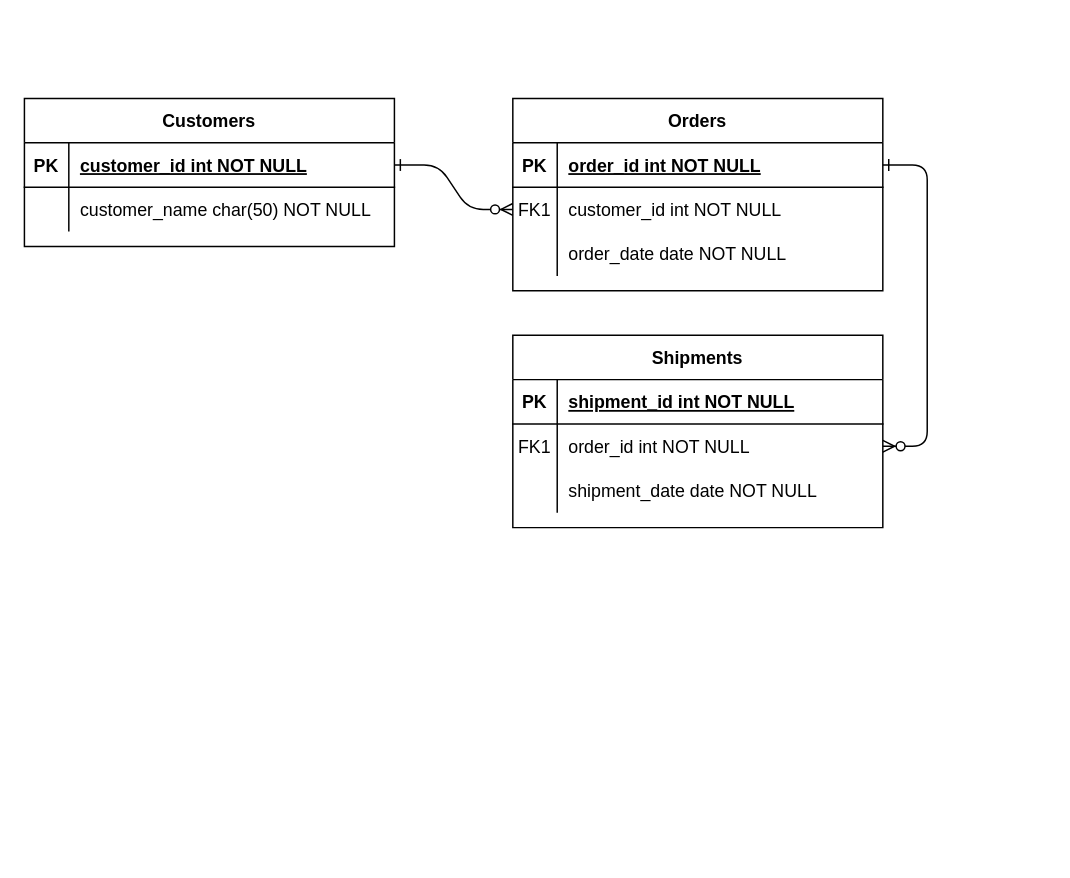
Navyn27/ER-Diagrams-class-task keeps this draw.io diagram as Untitled Diagram.drawio. Above is the earlier version. Source tidied: cells renumbered, new cells numbered last; positions are measured from the earlier drawing's top-left corner, leaving out a move shared by most shapes. Both pictures are drawn from the tidied source at 148%, with x=0, y=0 at pixel (24, 98).
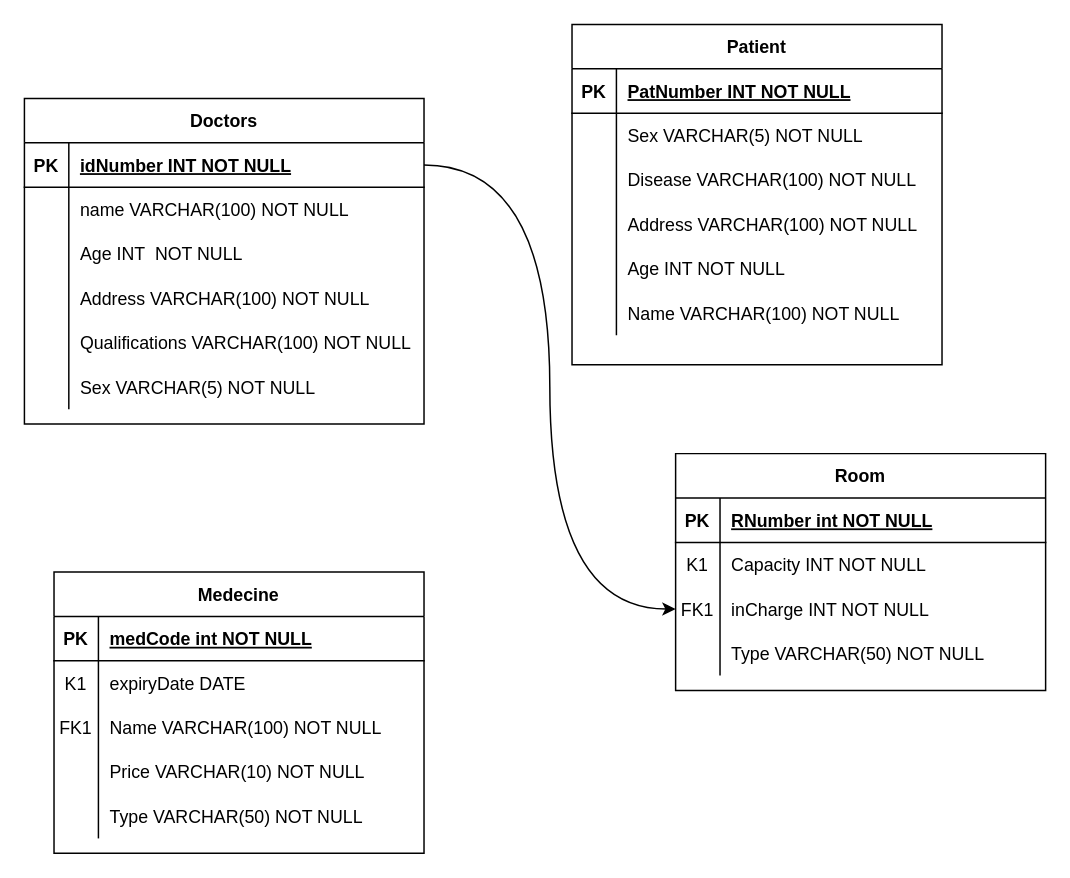
After the change.

The change refers to these unchanged cells:
```xml
<mxCell id="5" style="shape=partialRectangle;fillColor=none;points=[[0,0.5],[1,0.5]];portConstraint=eastwest;top=0;left=0;right=0;bottom=1;" parent="4" vertex="1">
  <mxGeometry y="30" width="250" height="30" as="geometry" />
</mxCell>
<mxCell id="8" style="shape=partialRectangle;fillColor=none;points=[[0,0.5],[1,0.5]];portConstraint=eastwest;top=0;left=0;right=0;bottom=0;" parent="4" vertex="1">
  <mxGeometry y="60" width="250" height="30" as="geometry" />
</mxCell>
<mxCell id="11" style="shape=partialRectangle;fillColor=none;top=0;left=0;right=0;bottom=0;" parent="4" vertex="1">
  <mxGeometry y="90" width="250" height="30" as="geometry" />
</mxCell>
<mxCell id="15" style="shape=partialRectangle;fillColor=none;top=0;left=0;right=0;bottom=1;" parent="14" vertex="1">
  <mxGeometry y="30" width="250" height="30" as="geometry" />
</mxCell>
<mxCell id="18" style="shape=partialRectangle;fillColor=none;points=[[0,0.5],[1,0.5]];portConstraint=eastwest;top=0;left=0;right=0;bottom=0;" parent="14" vertex="1">
  <mxGeometry y="60" width="250" height="30" as="geometry" />
</mxCell>
<mxCell id="21" style="shape=partialRectangle;fillColor=none;points=[[0,0.5],[1,0.5]];portConstraint=eastwest;top=0;left=0;right=0;bottom=0;" parent="14" vertex="1">
  <mxGeometry y="90" width="250" height="30" as="geometry" />
</mxCell>
```

Diff of the diagram source:
```diff
@@
-    <mxCell id="2" style="edgeStyle=entityRelationEdgeStyle;endArrow=ERzeroToMany;startArrow=ERone;endFill=1;startFill=0;" parent="1" edge="1" source="25" target="8">
-      <mxGeometry relative="1" as="geometry" />
-    </mxCell>
-    <mxCell id="3" style="edgeStyle=entityRelationEdgeStyle;endArrow=ERzeroToMany;startArrow=ERone;endFill=1;startFill=0;" parent="1" edge="1" source="5" target="18">
-      <mxGeometry relative="1" as="geometry" />
-    </mxCell>
-    <mxCell id="4" value="Orders" style="shape=table;startSize=30;childLayout=tableLayout;rowLines=0;fontStyle=1;align=center;" parent="1" vertex="1">
-      <mxGeometry x="330" width="250" height="130" as="geometry" />
+    <mxCell id="4" value="Patient" style="shape=table;startSize=30;childLayout=tableLayout;rowLines=0;fontStyle=1;align=center;" parent="1" vertex="1">
+      <mxGeometry x="370" y="-50" width="250" height="230" as="geometry" />
     </mxCell>
@@
-    <mxCell id="7" value="order_id int NOT NULL " style="shape=partialRectangle;overflow=hidden;fillColor=none;top=0;left=0;bottom=0;right=0;align=left;spacingLeft=6;fontStyle=5;" parent="5" vertex="1">
+    <mxCell id="7" value="PatNumber INT NOT NULL " style="shape=partialRectangle;overflow=hidden;fillColor=none;top=0;left=0;bottom=0;right=0;align=left;spacingLeft=6;fontStyle=5;" parent="5" vertex="1">
       <mxGeometry x="30" width="220" height="30" as="geometry" />
     </mxCell>
@@
-    <mxCell id="9" value="FK1" style="shape=partialRectangle;overflow=hidden;fillColor=none;top=0;left=0;bottom=0;right=0;" parent="8" vertex="1">
+    <mxCell id="9" style="shape=partialRectangle;overflow=hidden;fillColor=none;top=0;left=0;bottom=0;right=0;" parent="8" vertex="1">
       <mxGeometry width="30" height="30" as="geometry" />
     </mxCell>
-    <mxCell id="10" value="customer_id int NOT NULL" style="shape=partialRectangle;overflow=hidden;fillColor=none;top=0;left=0;bottom=0;right=0;align=left;spacingLeft=6;" parent="8" vertex="1">
+    <mxCell id="10" value="Sex VARCHAR(5) NOT NULL" style="shape=partialRectangle;overflow=hidden;fillColor=none;top=0;left=0;bottom=0;right=0;align=left;spacingLeft=6;" parent="8" vertex="1">
       <mxGeometry x="30" width="220" height="30" as="geometry" />
     </mxCell>
@@
-    <mxCell id="13" value="order_date date NOT NULL" style="shape=partialRectangle;overflow=hidden;fillColor=none;top=0;left=0;bottom=0;right=0;align=left;spacingLeft=6;" parent="11" vertex="1">
+    <mxCell id="13" value="Disease VARCHAR(100) NOT NULL" style="shape=partialRectangle;overflow=hidden;fillColor=none;top=0;left=0;bottom=0;right=0;align=left;spacingLeft=6;" parent="11" vertex="1">
       <mxGeometry x="30" width="220" height="30" as="geometry" />
     </mxCell>
+    <mxCell id="31" style="shape=partialRectangle;fillColor=none;top=0;left=0;right=0;bottom=0;" parent="4" vertex="1">
+      <mxGeometry y="120" width="250" height="30" as="geometry" />
+    </mxCell>
+    <mxCell id="32" style="shape=partialRectangle;overflow=hidden;fillColor=none;top=0;left=0;bottom=0;right=0;" parent="31" vertex="1">
+      <mxGeometry width="30" height="30" as="geometry" />
+    </mxCell>
+    <mxCell id="33" value="Address VARCHAR(100) NOT NULL" style="shape=partialRectangle;overflow=hidden;fillColor=none;top=0;left=0;bottom=0;right=0;align=left;spacingLeft=6;" parent="31" vertex="1">
+      <mxGeometry x="30" width="220" height="30" as="geometry" />
+    </mxCell>
+    <mxCell id="34" style="shape=partialRectangle;fillColor=none;top=0;left=0;right=0;bottom=0;" parent="4" vertex="1">
+      <mxGeometry y="150" width="250" height="30" as="geometry" />
+    </mxCell>
+    <mxCell id="35" style="shape=partialRectangle;overflow=hidden;fillColor=none;top=0;left=0;bottom=0;right=0;" parent="34" vertex="1">
+      <mxGeometry width="30" height="30" as="geometry" />
+    </mxCell>
+    <mxCell id="36" value="Age INT NOT NULL" style="shape=partialRectangle;overflow=hidden;fillColor=none;top=0;left=0;bottom=0;right=0;align=left;spacingLeft=6;" parent="34" vertex="1">
+      <mxGeometry x="30" width="220" height="30" as="geometry" />
+    </mxCell>
+    <mxCell id="37" style="shape=partialRectangle;fillColor=none;top=0;left=0;right=0;bottom=0;" parent="4" vertex="1">
+      <mxGeometry y="180" width="250" height="30" as="geometry" />
+    </mxCell>
+    <mxCell id="38" style="shape=partialRectangle;overflow=hidden;fillColor=none;top=0;left=0;bottom=0;right=0;" parent="37" vertex="1">
+      <mxGeometry width="30" height="30" as="geometry" />
+    </mxCell>
+    <mxCell id="39" value="Name VARCHAR(100) NOT NULL" style="shape=partialRectangle;overflow=hidden;fillColor=none;top=0;left=0;bottom=0;right=0;align=left;spacingLeft=6;" parent="37" vertex="1">
+      <mxGeometry x="30" width="220" height="30" as="geometry" />
+    </mxCell>
-    <mxCell id="14" value="Shipments" style="shape=table;startSize=30;childLayout=tableLayout;rowLines=0;fontStyle=1;align=center;" parent="1" vertex="1">
-      <mxGeometry x="330" y="160" width="250" height="130" as="geometry" />
+    <mxCell id="14" value="Room" style="shape=table;startSize=30;childLayout=tableLayout;rowLines=0;fontStyle=1;align=center;" parent="1" vertex="1">
+      <mxGeometry x="440" y="240" width="250" height="160" as="geometry" />
     </mxCell>
@@
-    <mxCell id="17" value="shipment_id int NOT NULL " style="shape=partialRectangle;overflow=hidden;fillColor=none;top=0;left=0;bottom=0;right=0;align=left;spacingLeft=6;fontStyle=5;" parent="15" vertex="1">
+    <mxCell id="17" value="RNumber int NOT NULL " style="shape=partialRectangle;overflow=hidden;fillColor=none;top=0;left=0;bottom=0;right=0;align=left;spacingLeft=6;fontStyle=5;" parent="15" vertex="1">
       <mxGeometry x="30" width="220" height="30" as="geometry" />
     </mxCell>
@@
-    <mxCell id="19" value="FK1" style="shape=partialRectangle;overflow=hidden;fillColor=none;top=0;left=0;bottom=0;right=0;" parent="18" vertex="1">
+    <mxCell id="19" value="K1" style="shape=partialRectangle;overflow=hidden;fillColor=none;top=0;left=0;bottom=0;right=0;" parent="18" vertex="1">
       <mxGeometry width="30" height="30" as="geometry" />
     </mxCell>
-    <mxCell id="20" value="order_id int NOT NULL" style="shape=partialRectangle;overflow=hidden;fillColor=none;top=0;left=0;bottom=0;right=0;align=left;spacingLeft=6;" parent="18" vertex="1">
+    <mxCell id="20" value="Capacity INT NOT NULL" style="shape=partialRectangle;overflow=hidden;fillColor=none;top=0;left=0;bottom=0;right=0;align=left;spacingLeft=6;" parent="18" vertex="1">
       <mxGeometry x="30" width="220" height="30" as="geometry" />
     </mxCell>
@@
-    <mxCell id="22" style="shape=partialRectangle;overflow=hidden;fillColor=none;top=0;left=0;bottom=0;right=0;" parent="21" vertex="1">
+    <mxCell id="22" value="FK1" style="shape=partialRectangle;overflow=hidden;fillColor=none;top=0;left=0;bottom=0;right=0;" parent="21" vertex="1">
       <mxGeometry width="30" height="30" as="geometry" />
     </mxCell>
-    <mxCell id="23" value="shipment_date date NOT NULL" style="shape=partialRectangle;overflow=hidden;fillColor=none;top=0;left=0;bottom=0;right=0;align=left;spacingLeft=6;" parent="21" vertex="1">
+    <mxCell id="23" value="inCharge INT NOT NULL" style="shape=partialRectangle;overflow=hidden;fillColor=none;top=0;left=0;bottom=0;right=0;align=left;spacingLeft=6;" parent="21" vertex="1">
       <mxGeometry x="30" width="220" height="30" as="geometry" />
     </mxCell>
+    <mxCell id="40" style="shape=partialRectangle;fillColor=none;top=0;left=0;right=0;bottom=0;" parent="14" vertex="1">
+      <mxGeometry y="120" width="250" height="30" as="geometry" />
+    </mxCell>
+    <mxCell id="41" style="shape=partialRectangle;overflow=hidden;fillColor=none;top=0;left=0;bottom=0;right=0;" parent="40" vertex="1">
+      <mxGeometry width="30" height="30" as="geometry" />
+    </mxCell>
+    <mxCell id="42" value="Type VARCHAR(50) NOT NULL" style="shape=partialRectangle;overflow=hidden;fillColor=none;top=0;left=0;bottom=0;right=0;align=left;spacingLeft=6;" parent="40" vertex="1">
+      <mxGeometry x="30" width="220" height="30" as="geometry" />
+    </mxCell>
-    <mxCell id="24" value="Customers" style="shape=table;startSize=30;childLayout=tableLayout;rowLines=0;fontStyle=1;align=center;" parent="1" vertex="1">
-      <mxGeometry width="250" height="100" as="geometry" />
+    <mxCell id="24" value="Doctors" style="shape=table;startSize=30;childLayout=tableLayout;rowLines=0;fontStyle=1;align=center;" parent="1" vertex="1">
+      <mxGeometry width="270" height="220" as="geometry" />
     </mxCell>
     <mxCell id="25" style="shape=partialRectangle;fillColor=none;points=[[0,0.5],[1,0.5]];portConstraint=eastwest;top=0;left=0;right=0;bottom=1;" parent="24" vertex="1">
-      <mxGeometry y="30" width="250" height="30" as="geometry" />
+      <mxGeometry y="30" width="270" height="30" as="geometry" />
     </mxCell>
@@
-    <mxCell id="27" value="customer_id int NOT NULL " style="shape=partialRectangle;overflow=hidden;fillColor=none;top=0;left=0;bottom=0;right=0;align=left;spacingLeft=6;fontStyle=5;" parent="25" vertex="1">
-      <mxGeometry x="30" width="220" height="30" as="geometry" />
+    <mxCell id="27" value="idNumber INT NOT NULL " style="shape=partialRectangle;overflow=hidden;fillColor=none;top=0;left=0;bottom=0;right=0;align=left;spacingLeft=6;fontStyle=5;" parent="25" vertex="1">
+      <mxGeometry x="30" width="240" height="30" as="geometry" />
     </mxCell>
     <mxCell id="28" style="shape=partialRectangle;fillColor=none;top=0;left=0;right=0;bottom=0;" parent="24" vertex="1">
-      <mxGeometry y="60" width="250" height="30" as="geometry" />
+      <mxGeometry y="60" width="270" height="30" as="geometry" />
     </mxCell>
@@
-    <mxCell id="30" value="customer_name char(50) NOT NULL" style="shape=partialRectangle;overflow=hidden;fillColor=none;top=0;left=0;bottom=0;right=0;align=left;spacingLeft=6;" parent="28" vertex="1">
-      <mxGeometry x="30" width="220" height="30" as="geometry" />
+    <mxCell id="30" value="name VARCHAR(100) NOT NULL" style="shape=partialRectangle;overflow=hidden;fillColor=none;top=0;left=0;bottom=0;right=0;align=left;spacingLeft=6;" parent="28" vertex="1">
+      <mxGeometry x="30" width="240" height="30" as="geometry" />
     </mxCell>
+    <mxCell id="43" style="shape=partialRectangle;fillColor=none;top=0;left=0;right=0;bottom=0;" parent="24" vertex="1">
+      <mxGeometry y="90" width="270" height="30" as="geometry" />
+    </mxCell>
+    <mxCell id="44" style="shape=partialRectangle;overflow=hidden;fillColor=none;top=0;left=0;bottom=0;right=0;" parent="43" vertex="1">
+      <mxGeometry width="30" height="30" as="geometry" />
+    </mxCell>
+    <mxCell id="45" value="Age INT  NOT NULL" style="shape=partialRectangle;overflow=hidden;fillColor=none;top=0;left=0;bottom=0;right=0;align=left;spacingLeft=6;" parent="43" vertex="1">
+      <mxGeometry x="30" width="240" height="30" as="geometry" />
+    </mxCell>
+    <mxCell id="46" style="shape=partialRectangle;fillColor=none;top=0;left=0;right=0;bottom=0;" parent="24" vertex="1">
+      <mxGeometry y="120" width="270" height="30" as="geometry" />
+    </mxCell>
+    <mxCell id="47" style="shape=partialRectangle;overflow=hidden;fillColor=none;top=0;left=0;bottom=0;right=0;" parent="46" vertex="1">
+      <mxGeometry width="30" height="30" as="geometry" />
+    </mxCell>
+    <mxCell id="48" value="Address VARCHAR(100) NOT NULL" style="shape=partialRectangle;overflow=hidden;fillColor=none;top=0;left=0;bottom=0;right=0;align=left;spacingLeft=6;" parent="46" vertex="1">
+      <mxGeometry x="30" width="240" height="30" as="geometry" />
+    </mxCell>
+    <mxCell id="49" style="shape=partialRectangle;fillColor=none;top=0;left=0;right=0;bottom=0;" parent="24" vertex="1">
+      <mxGeometry y="150" width="270" height="30" as="geometry" />
+    </mxCell>
+    <mxCell id="50" style="shape=partialRectangle;overflow=hidden;fillColor=none;top=0;left=0;bottom=0;right=0;" parent="49" vertex="1">
+      <mxGeometry width="30" height="30" as="geometry" />
+    </mxCell>
+    <mxCell id="51" value="Qualifications VARCHAR(100) NOT NULL" style="shape=partialRectangle;overflow=hidden;fillColor=none;top=0;left=0;bottom=0;right=0;align=left;spacingLeft=6;" parent="49" vertex="1">
+      <mxGeometry x="30" width="240" height="30" as="geometry" />
+    </mxCell>
+    <mxCell id="52" style="shape=partialRectangle;fillColor=none;top=0;left=0;right=0;bottom=0;" parent="24" vertex="1">
+      <mxGeometry y="180" width="270" height="30" as="geometry" />
+    </mxCell>
+    <mxCell id="53" style="shape=partialRectangle;overflow=hidden;fillColor=none;top=0;left=0;bottom=0;right=0;" parent="52" vertex="1">
+      <mxGeometry width="30" height="30" as="geometry" />
+    </mxCell>
+    <mxCell id="54" value="Sex VARCHAR(5) NOT NULL" style="shape=partialRectangle;overflow=hidden;fillColor=none;top=0;left=0;bottom=0;right=0;align=left;spacingLeft=6;" parent="52" vertex="1">
+      <mxGeometry x="30" width="240" height="30" as="geometry" />
+    </mxCell>
+    <mxCell id="55" value="Medecine" style="shape=table;startSize=30;childLayout=tableLayout;rowLines=0;fontStyle=1;align=center;" parent="1" vertex="1">
+      <mxGeometry x="20" y="320" width="250" height="190" as="geometry" />
+    </mxCell>
+    <mxCell id="56" style="shape=partialRectangle;fillColor=none;top=0;left=0;right=0;bottom=1;" parent="55" vertex="1">
+      <mxGeometry y="30" width="250" height="30" as="geometry" />
+    </mxCell>
+    <mxCell id="57" value="PK" style="shape=partialRectangle;overflow=hidden;fillColor=none;top=0;left=0;bottom=0;right=0;fontStyle=1;" parent="56" vertex="1">
+      <mxGeometry width="30" height="30" as="geometry" />
+    </mxCell>
+    <mxCell id="58" value="medCode int NOT NULL " style="shape=partialRectangle;overflow=hidden;fillColor=none;top=0;left=0;bottom=0;right=0;align=left;spacingLeft=6;fontStyle=5;" parent="56" vertex="1">
+      <mxGeometry x="30" width="220" height="30" as="geometry" />
+    </mxCell>
+    <mxCell id="59" style="shape=partialRectangle;fillColor=none;top=0;left=0;right=0;bottom=0;" parent="55" vertex="1">
+      <mxGeometry y="60" width="250" height="30" as="geometry" />
+    </mxCell>
+    <mxCell id="60" value="K1" style="shape=partialRectangle;overflow=hidden;fillColor=none;top=0;left=0;bottom=0;right=0;" parent="59" vertex="1">
+      <mxGeometry width="30" height="30" as="geometry" />
+    </mxCell>
+    <mxCell id="61" value="expiryDate DATE " style="shape=partialRectangle;overflow=hidden;fillColor=none;top=0;left=0;bottom=0;right=0;align=left;spacingLeft=6;" parent="59" vertex="1">
+      <mxGeometry x="30" width="220" height="30" as="geometry" />
+    </mxCell>
+    <mxCell id="62" style="shape=partialRectangle;fillColor=none;top=0;left=0;right=0;bottom=0;" parent="55" vertex="1">
+      <mxGeometry y="90" width="250" height="30" as="geometry" />
+    </mxCell>
+    <mxCell id="63" value="FK1" style="shape=partialRectangle;overflow=hidden;fillColor=none;top=0;left=0;bottom=0;right=0;" parent="62" vertex="1">
+      <mxGeometry width="30" height="30" as="geometry" />
+    </mxCell>
+    <mxCell id="64" value="Name VARCHAR(100) NOT NULL" style="shape=partialRectangle;overflow=hidden;fillColor=none;top=0;left=0;bottom=0;right=0;align=left;spacingLeft=6;" parent="62" vertex="1">
+      <mxGeometry x="30" width="220" height="30" as="geometry" />
+    </mxCell>
+    <mxCell id="65" style="shape=partialRectangle;fillColor=none;top=0;left=0;right=0;bottom=0;" parent="55" vertex="1">
+      <mxGeometry y="120" width="250" height="30" as="geometry" />
+    </mxCell>
+    <mxCell id="66" style="shape=partialRectangle;overflow=hidden;fillColor=none;top=0;left=0;bottom=0;right=0;" parent="65" vertex="1">
+      <mxGeometry width="30" height="30" as="geometry" />
+    </mxCell>
+    <mxCell id="67" value="Price VARCHAR(10) NOT NULL" style="shape=partialRectangle;overflow=hidden;fillColor=none;top=0;left=0;bottom=0;right=0;align=left;spacingLeft=6;" parent="65" vertex="1">
+      <mxGeometry x="30" width="220" height="30" as="geometry" />
+    </mxCell>
+    <mxCell id="68" style="shape=partialRectangle;fillColor=none;top=0;left=0;right=0;bottom=0;" parent="55" vertex="1">
+      <mxGeometry y="150" width="250" height="30" as="geometry" />
+    </mxCell>
+    <mxCell id="69" style="shape=partialRectangle;overflow=hidden;fillColor=none;top=0;left=0;bottom=0;right=0;" parent="68" vertex="1">
+      <mxGeometry width="30" height="30" as="geometry" />
+    </mxCell>
+    <mxCell id="70" value="Type VARCHAR(50) NOT NULL" style="shape=partialRectangle;overflow=hidden;fillColor=none;top=0;left=0;bottom=0;right=0;align=left;spacingLeft=6;" parent="68" vertex="1">
+      <mxGeometry x="30" width="220" height="30" as="geometry" />
+    </mxCell>
+    <mxCell id="71" style="edgeStyle=orthogonalEdgeStyle;rounded=0;jettySize=auto;html=1;curved=1;" parent="1" edge="1" source="25" target="21">
+      <mxGeometry relative="1" as="geometry" />
+    </mxCell>
```
